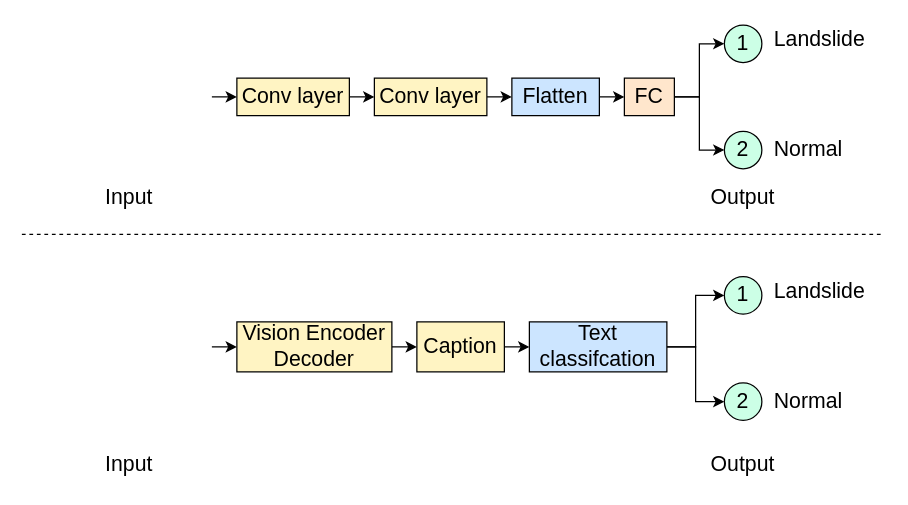
The draw.io diagram page "Proposed method" (4 of 6) of Architecture.drawio in MingNarongthat/Anomaly_Transformers, before the edit. Source tidied: cells renumbered, new cells numbered last; positions are measured from the earlier drawing's top-left corner, leaving out a move shared by most shapes. Both pictures are drawn from the tidied source at 125%, with x=0, y=0 at pixel (21, 21).
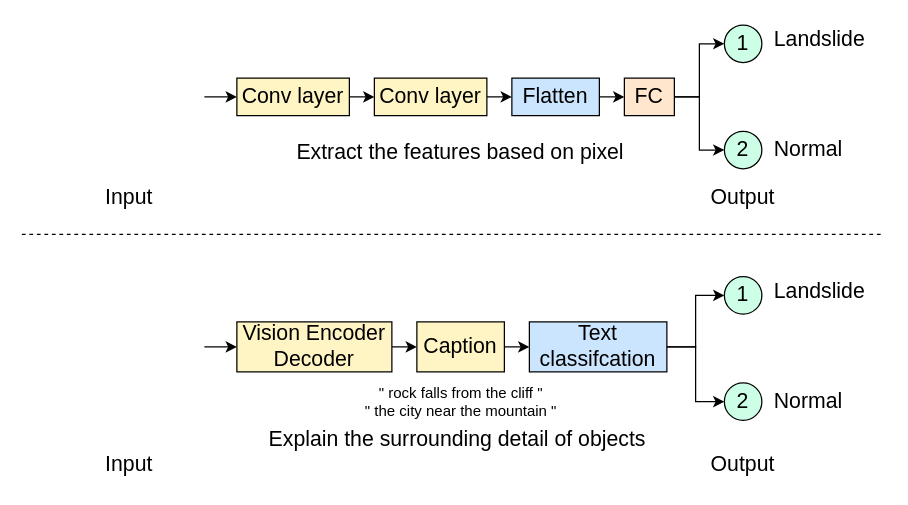
After the change.

The change refers to these unchanged cells:
```xml
<mxCell id="4" value="Conv layer" style="rounded=0;whiteSpace=wrap;html=1;fontSize=17;fillColor=#FFF4C3;" parent="1" vertex="1">
  <mxGeometry x="172" y="45" width="90" height="30" as="geometry" />
</mxCell>
<mxCell id="19" value="Vision Encoder Decoder" style="rounded=0;whiteSpace=wrap;html=1;fontSize=17;fillColor=#FFF4C3;" parent="1" vertex="1">
  <mxGeometry x="172" y="240" width="124" height="40" as="geometry" />
</mxCell>
```

Change to the diagram source:
```diff
@@
-    <mxCell id="2" style="edgeStyle=orthogonalEdgeStyle;rounded=0;jettySize=auto;html=1;exitX=1;exitY=0.5;exitDx=0;exitDy=0;entryX=0;entryY=0.5;entryDx=0;entryDy=0;fontSize=16;" parent="1" edge="1" target="4">
-      <mxGeometry relative="1" as="geometry">
-        <mxPoint x="152" y="60" as="sourcePoint" />
-      </mxGeometry>
-    </mxCell>
@@
-    <mxCell id="17" style="edgeStyle=orthogonalEdgeStyle;rounded=0;jettySize=auto;html=1;exitX=1;exitY=0.5;exitDx=0;exitDy=0;entryX=0;entryY=0.5;entryDx=0;entryDy=0;fontSize=16;" parent="1" edge="1" target="19">
-      <mxGeometry relative="1" as="geometry">
-        <mxPoint x="152" y="260" as="sourcePoint" />
-      </mxGeometry>
-    </mxCell>
@@
+    <mxCell id="35" style="edgeStyle=orthogonalEdgeStyle;shape=connector;rounded=0;sketch=0;jumpStyle=none;jettySize=auto;html=1;exitX=1;exitY=0.5;exitDx=0;exitDy=0;entryX=0;entryY=0.5;entryDx=0;entryDy=0;shadow=0;labelBackgroundColor=default;strokeColor=default;fontFamily=Helvetica;fontSize=14;fontColor=#FFFFFF;endArrow=classic;" parent="1" edge="1" target="4">
+      <mxGeometry relative="1" as="geometry">
+        <mxPoint x="146" y="60" as="sourcePoint" />
+      </mxGeometry>
+    </mxCell>
+    <mxCell id="36" style="edgeStyle=orthogonalEdgeStyle;shape=connector;rounded=0;sketch=0;jumpStyle=none;jettySize=auto;html=1;exitX=1;exitY=0.5;exitDx=0;exitDy=0;entryX=0;entryY=0.5;entryDx=0;entryDy=0;shadow=0;labelBackgroundColor=default;strokeColor=default;fontFamily=Helvetica;fontSize=14;fontColor=#FFFFFF;endArrow=classic;" parent="1" edge="1" target="19">
+      <mxGeometry relative="1" as="geometry">
+        <mxPoint x="146" y="260" as="sourcePoint" />
+      </mxGeometry>
+    </mxCell>
+    <mxCell id="37" value="&quot; rock falls from the cliff &quot;&lt;br style=&quot;font-size: 12px;&quot;&gt;&quot; the city near the mountain &quot;" style="rounded=0;whiteSpace=wrap;html=1;fontSize=12;fillColor=none;strokeColor=none;align=center;" parent="1" vertex="1">
+      <mxGeometry x="268.5" y="288.8" width="165" height="30" as="geometry" />
+    </mxCell>
+    <mxCell id="38" value="Explain the surrounding detail of objects&amp;nbsp;" style="rounded=0;whiteSpace=wrap;html=1;fontSize=17;fillColor=none;strokeColor=none;align=center;" parent="1" vertex="1">
+      <mxGeometry x="191" y="320" width="320" height="30" as="geometry" />
+    </mxCell>
+    <mxCell id="39" value="Extract the features based on pixel" style="rounded=0;whiteSpace=wrap;html=1;fontSize=17;fillColor=none;strokeColor=none;align=center;" parent="1" vertex="1">
+      <mxGeometry x="191" y="90" width="320" height="30" as="geometry" />
+    </mxCell>
```
